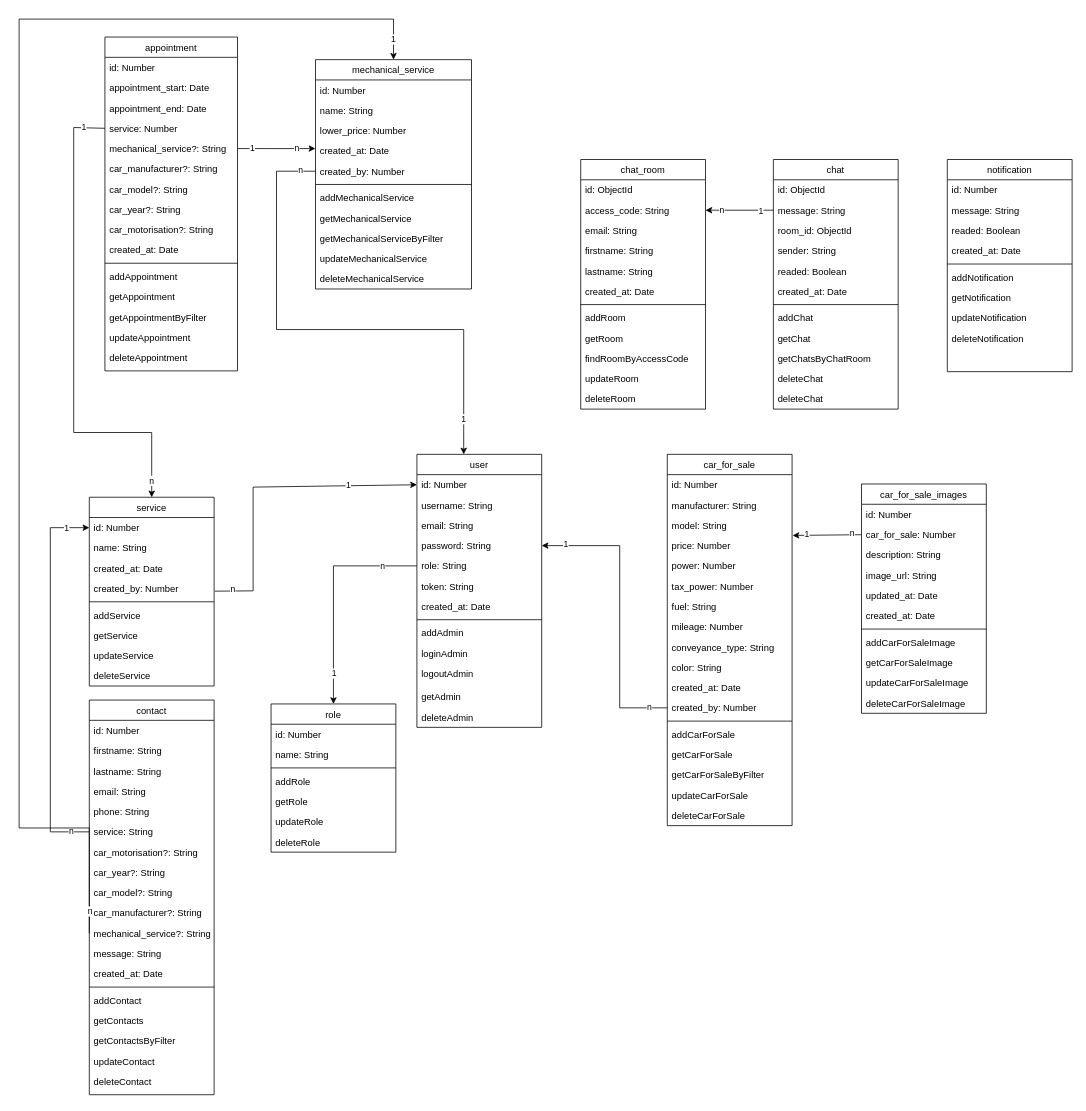
This is documentation/hephaistos-MCD.drawio from nsevendev/hephaistos, a draw.io file, before an edit. Source tidied: cells renumbered, new cells numbered last; positions are measured from the earlier drawing's top-left corner, leaving out a move shared by most shapes. Both pictures are drawn from the tidied source at 78%, with x=0, y=0 at pixel (19, 19).
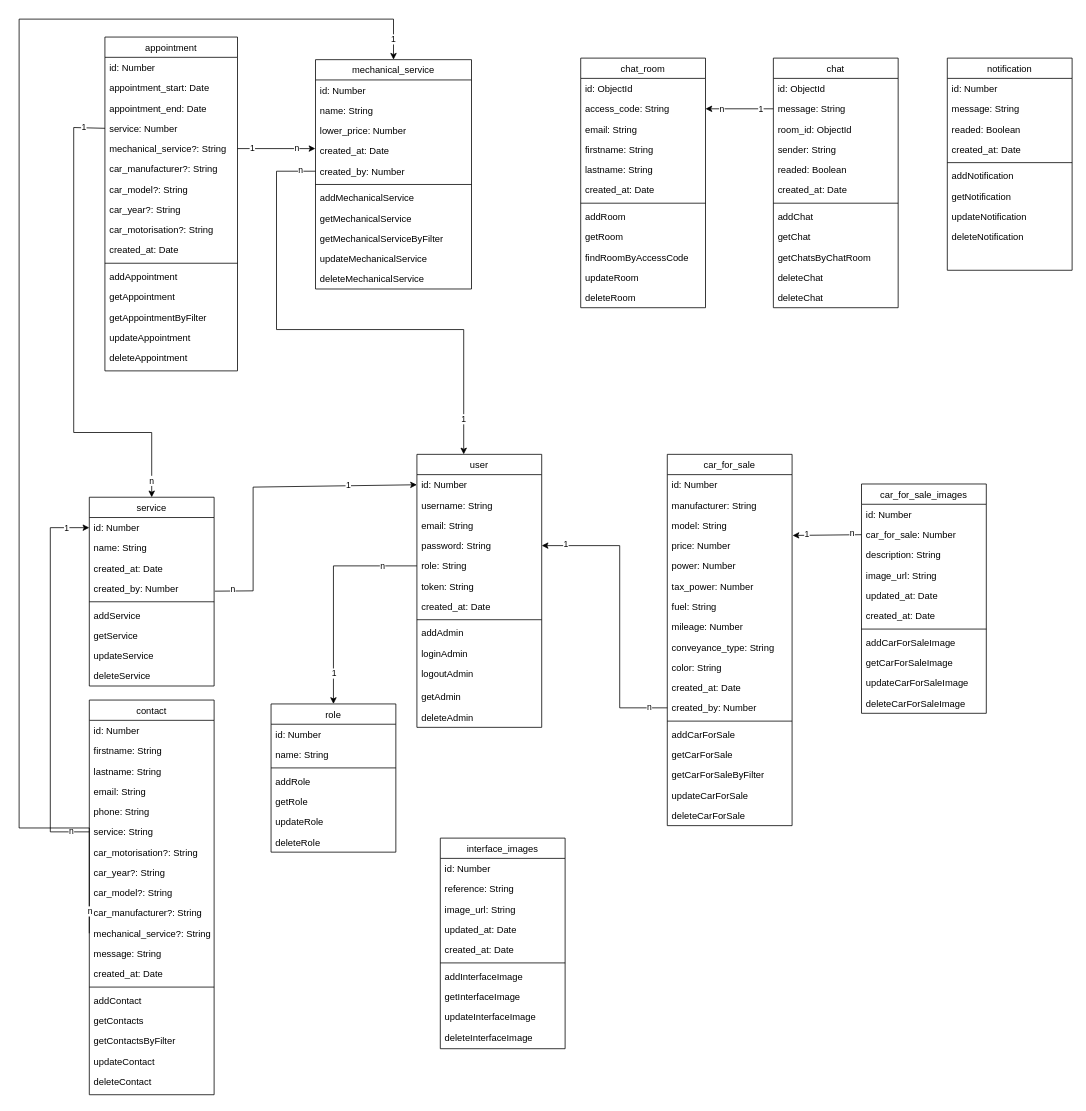
The same page after the edit.

Commit message:
Création entity interface_images

Change to the diagram source:
```diff
@@
     <mxCell id="33" value="chat_room" style="swimlane;fontStyle=0;align=center;verticalAlign=top;horizontal=1;startSize=26;rounded=0;shadow=0;strokeWidth=1;" parent="1" vertex="1">
-      <mxGeometry x="720" y="180" width="160" height="320" as="geometry" />
+      <mxGeometry x="720" y="50" width="160" height="320" as="geometry" />
     </mxCell>
@@
     <mxCell id="46" value="chat" style="swimlane;fontStyle=0;align=center;verticalAlign=top;horizontal=1;startSize=26;rounded=0;shadow=0;strokeWidth=1;" parent="1" vertex="1">
-      <mxGeometry x="967" y="180" width="160" height="320" as="geometry" />
+      <mxGeometry x="967" y="50" width="160" height="320" as="geometry" />
     </mxCell>
@@
     <mxCell id="110" value="notification" style="swimlane;fontStyle=0;align=center;verticalAlign=top;horizontal=1;startSize=26;rounded=0;shadow=0;strokeWidth=1;" parent="1" vertex="1">
-      <mxGeometry x="1190" y="180" width="160" height="272" as="geometry" />
+      <mxGeometry x="1190" y="50" width="160" height="272" as="geometry" />
     </mxCell>
@@
+    <mxCell id="180" value="interface_images" style="swimlane;fontStyle=0;align=center;verticalAlign=top;horizontal=1;startSize=26;rounded=0;shadow=0;strokeWidth=1;" parent="1" vertex="1">
+      <mxGeometry x="540" y="1050" width="160" height="270" as="geometry" />
+    </mxCell>
+    <mxCell id="181" value="id: Number" style="text;align=left;verticalAlign=top;spacingLeft=4;spacingRight=4;overflow=hidden;rounded=0;shadow=0;html=0;" parent="180" vertex="1">
+      <mxGeometry y="26" width="160" height="26" as="geometry" />
+    </mxCell>
+    <mxCell id="182" value="reference: String" style="text;align=left;verticalAlign=top;spacingLeft=4;spacingRight=4;overflow=hidden;" parent="180" vertex="1">
+      <mxGeometry y="52" width="160" height="26" as="geometry" />
+    </mxCell>
+    <mxCell id="183" value="image_url: String" style="text;align=left;verticalAlign=top;spacingLeft=4;spacingRight=4;overflow=hidden;" parent="180" vertex="1">
+      <mxGeometry y="78" width="160" height="26" as="geometry" />
+    </mxCell>
+    <mxCell id="184" value="updated_at: Date" style="text;align=left;verticalAlign=top;spacingLeft=4;spacingRight=4;overflow=hidden;" parent="180" vertex="1">
+      <mxGeometry y="104" width="160" height="26" as="geometry" />
+    </mxCell>
+    <mxCell id="185" value="created_at: Date" style="text;align=left;verticalAlign=top;spacingLeft=4;spacingRight=4;overflow=hidden;" parent="180" vertex="1">
+      <mxGeometry y="130" width="160" height="26" as="geometry" />
+    </mxCell>
+    <mxCell id="186" style="line;html=1;strokeWidth=1;align=left;verticalAlign=middle;spacingTop=-1;spacingLeft=3;spacingRight=3;labelPosition=right;" parent="180" vertex="1">
+      <mxGeometry y="156" width="160" height="8" as="geometry" />
+    </mxCell>
+    <mxCell id="187" value="addInterfaceImage" style="text;align=left;verticalAlign=top;spacingLeft=4;spacingRight=4;overflow=hidden;" parent="180" vertex="1">
+      <mxGeometry y="164" width="160" height="26" as="geometry" />
+    </mxCell>
+    <mxCell id="188" value="getInterfaceImage" style="text;align=left;verticalAlign=top;spacingLeft=4;spacingRight=4;overflow=hidden;" parent="180" vertex="1">
+      <mxGeometry y="190" width="160" height="26" as="geometry" />
+    </mxCell>
+    <mxCell id="189" value="updateInterfaceImage" style="text;align=left;verticalAlign=top;spacingLeft=4;spacingRight=4;overflow=hidden;" parent="180" vertex="1">
+      <mxGeometry y="216" width="160" height="26" as="geometry" />
+    </mxCell>
+    <mxCell id="190" value="deleteInterfaceImage" style="text;align=left;verticalAlign=top;spacingLeft=4;spacingRight=4;overflow=hidden;" parent="180" vertex="1">
+      <mxGeometry y="242" width="160" height="26" as="geometry" />
+    </mxCell>
```
